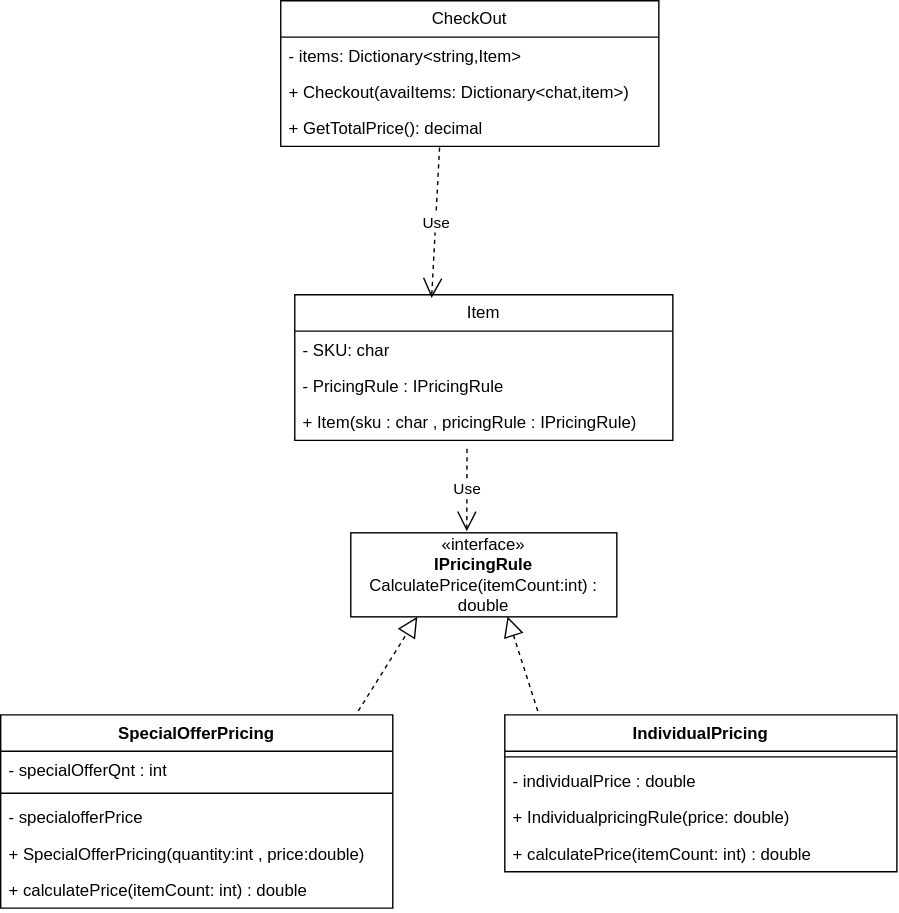
Earlier version of the draw.io export ShoppingCartCheckout/ShoppingCartCheckout.svg (Shivam-Gole/Freshers-bootcamp-2024). Source tidied: cells renumbered, new cells last; positions are measured from the earlier drawing's top-left corner, leaving out a move shared by most shapes.
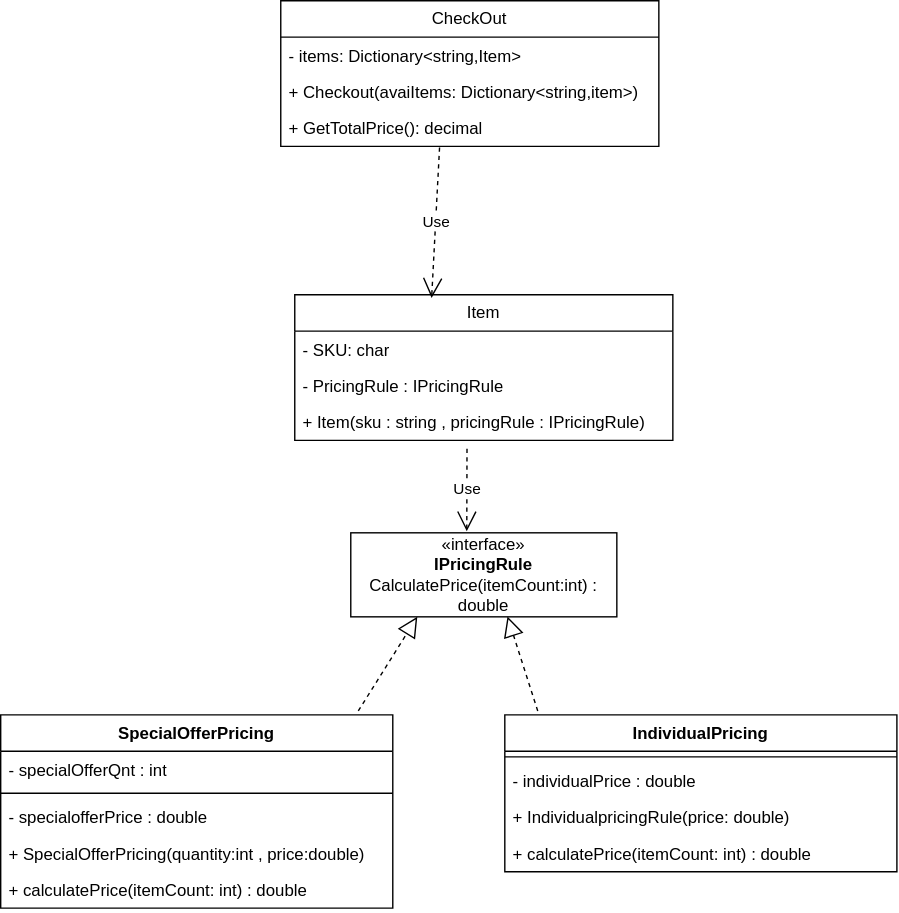
The same file after the commit.

The edit, as a diff of the source:
```diff
@@ -11,7 +11,7 @@
     <mxCell id="4" style="line;strokeWidth=1;fillColor=none;align=left;verticalAlign=middle;spacingTop=-1;spacingLeft=3;spacingRight=3;labelPosition=right;strokeColor=inherit;" parent="2" vertex="1">
       <mxGeometry y="52" width="280" height="8" as="geometry" />
     </mxCell>
-    <mxCell id="5" value="- specialofferPrice&amp;nbsp;" style="text;strokeColor=none;fillColor=none;align=left;verticalAlign=top;spacingLeft=4;spacingRight=4;overflow=hidden;whiteSpace=wrap;html=1;" parent="2" vertex="1">
+    <mxCell id="5" value="- specialofferPrice : double" style="text;strokeColor=none;fillColor=none;align=left;verticalAlign=top;spacingLeft=4;spacingRight=4;overflow=hidden;whiteSpace=wrap;html=1;" parent="2" vertex="1">
       <mxGeometry y="60" width="280" height="26" as="geometry" />
     </mxCell>
     <mxCell id="6" value="+ SpecialOfferPricing(quantity:int , price:double&lt;span style=&quot;background-color: initial;&quot;&gt;)&lt;/span&gt;" style="text;strokeColor=none;fillColor=none;align=left;verticalAlign=top;spacingLeft=4;spacingRight=4;overflow=hidden;whiteSpace=wrap;html=1;" parent="2" vertex="1">
@@ -53,7 +53,7 @@
     <mxCell id="18" value="- PricingRule : IPricingRule" style="text;strokeColor=none;fillColor=none;align=left;verticalAlign=top;spacingLeft=4;spacingRight=4;overflow=hidden;whiteSpace=wrap;html=1;" parent="16" vertex="1">
       <mxGeometry y="52" width="270" height="26" as="geometry" />
     </mxCell>
-    <mxCell id="19" value="+ Item(sku : char , pricingRule : IPricingRule)" style="text;strokeColor=none;fillColor=none;align=left;verticalAlign=top;spacingLeft=4;spacingRight=4;overflow=hidden;whiteSpace=wrap;html=1;" parent="16" vertex="1">
+    <mxCell id="19" value="+ Item(sku : string , pricingRule : IPricingRule)" style="text;strokeColor=none;fillColor=none;align=left;verticalAlign=top;spacingLeft=4;spacingRight=4;overflow=hidden;whiteSpace=wrap;html=1;" parent="16" vertex="1">
       <mxGeometry y="78" width="270" height="26" as="geometry" />
     </mxCell>
     <mxCell id="20" value="CheckOut" style="swimlane;fontStyle=0;horizontal=1;startSize=26;fillColor=none;whiteSpace=wrap;html=1;" parent="1" vertex="1">
@@ -62,7 +62,7 @@
     <mxCell id="21" value="- items: Dictionary&amp;lt;string,Item&amp;gt;" style="text;strokeColor=none;fillColor=none;align=left;verticalAlign=top;spacingLeft=4;spacingRight=4;overflow=hidden;whiteSpace=wrap;html=1;" parent="20" vertex="1">
       <mxGeometry y="26" width="270" height="26" as="geometry" />
     </mxCell>
-    <mxCell id="22" value="+ Checkout(avaiItems: Dictionary&amp;lt;chat,item&amp;gt;)" style="text;strokeColor=none;fillColor=none;align=left;verticalAlign=top;spacingLeft=4;spacingRight=4;overflow=hidden;whiteSpace=wrap;html=1;" parent="20" vertex="1">
+    <mxCell id="22" value="+ Checkout(avaiItems: Dictionary&amp;lt;string,item&amp;gt;)" style="text;strokeColor=none;fillColor=none;align=left;verticalAlign=top;spacingLeft=4;spacingRight=4;overflow=hidden;whiteSpace=wrap;html=1;" parent="20" vertex="1">
       <mxGeometry y="52" width="270" height="26" as="geometry" />
     </mxCell>
     <mxCell id="23" value="+ GetTotalPrice(): decimal" style="text;strokeColor=none;fillColor=none;align=left;verticalAlign=top;spacingLeft=4;spacingRight=4;overflow=hidden;points=[[0,0.5],[1,0.5]];portConstraint=eastwest;whiteSpace=wrap;html=1;" parent="20" vertex="1">
```
